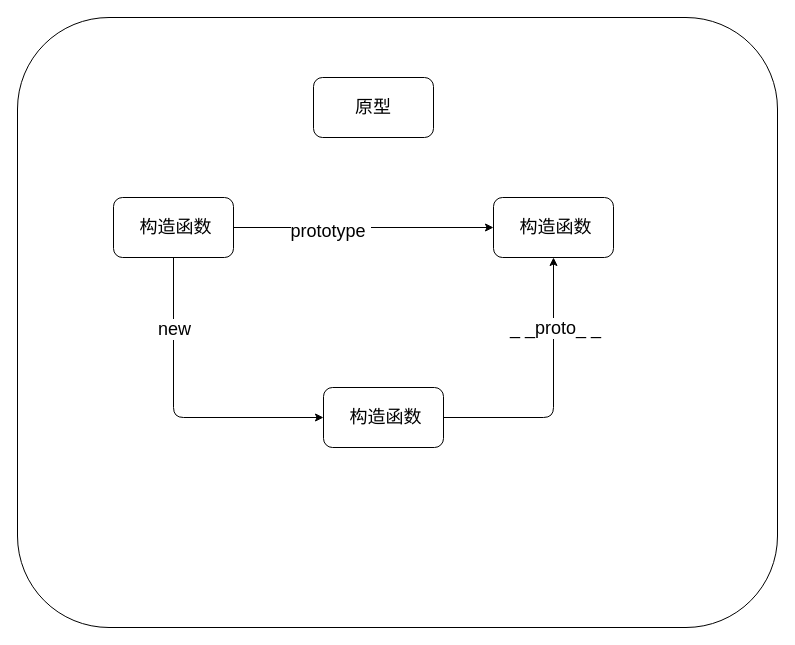
Earlier version of the draw.io diagram 02 JS/1 base/day3/prototype.dio (lbin-sama/web-review). Source tidied: cells renumbered, new cells numbered last; positions are measured from the earlier drawing's top-left corner, leaving out a move shared by most shapes. Both pictures are drawn from the tidied source at 100%, with x=0, y=0 at pixel (17, 17).
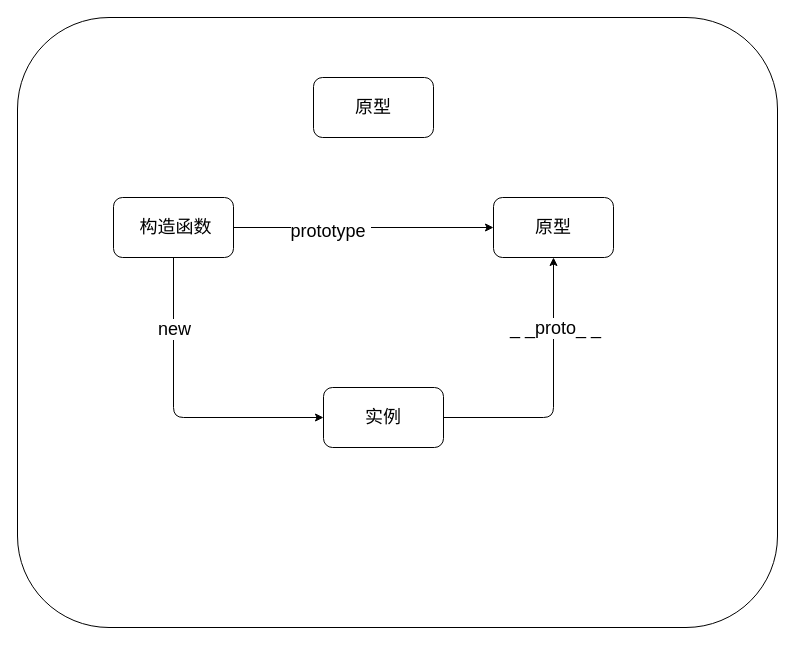
The same page after the edit.

Diff of the diagram source:
```diff
@@
 <mxGraphModel>
   <root>
     <mxCell id="0" />
     <mxCell id="1" parent="0" />
     <mxCell id="2" style="rounded=1;whiteSpace=wrap;html=1;" parent="1" vertex="1">
       <mxGeometry width="760" height="610" as="geometry" />
     </mxCell>
     <mxCell id="3" style="edgeStyle=none;html=1;exitX=1;exitY=0.5;exitDx=0;exitDy=0;entryX=0;entryY=0.5;entryDx=0;entryDy=0;fontSize=18;" parent="1" edge="1" source="7" target="11">
       <mxGeometry relative="1" as="geometry" />
     </mxCell>
     <mxCell id="4" value="prototype&lt;span style=&quot;white-space: pre;&quot;&gt;&#9;&lt;/span&gt;" style="edgeLabel;html=1;align=center;verticalAlign=middle;fontSize=18;" parent="3" vertex="1">
       <mxGeometry x="-0.26" y="-3" relative="1" as="geometry" />
     </mxCell>
     <mxCell id="5" style="edgeStyle=orthogonalEdgeStyle;html=1;exitX=0.5;exitY=1;exitDx=0;exitDy=0;entryX=0;entryY=0.5;entryDx=0;entryDy=0;fontSize=18;" parent="1" edge="1" source="7" target="10">
       <mxGeometry relative="1" as="geometry" />
     </mxCell>
     <mxCell id="6" value="new" style="edgeLabel;html=1;align=center;verticalAlign=middle;fontSize=18;" parent="5" vertex="1">
       <mxGeometry x="-0.28" y="1" relative="1" as="geometry">
         <mxPoint x="-1" y="-41" as="offset" />
       </mxGeometry>
     </mxCell>
     <mxCell id="7" value="&lt;font style=&quot;font-size: 18px;&quot;&gt;&amp;nbsp;构造函数&lt;/font&gt;" style="rounded=1;whiteSpace=wrap;html=1;" parent="1" vertex="1">
       <mxGeometry x="96" y="180" width="120" height="60" as="geometry" />
     </mxCell>
     <mxCell id="8" style="edgeStyle=orthogonalEdgeStyle;html=1;exitX=1;exitY=0.5;exitDx=0;exitDy=0;fontSize=18;" parent="1" edge="1" source="10" target="11">
       <mxGeometry relative="1" as="geometry" />
     </mxCell>
     <mxCell id="9" value="_ _proto_&lt;span style=&quot;&quot;&gt;&#9;&lt;/span&gt;_" style="edgeLabel;html=1;align=center;verticalAlign=middle;fontSize=18;" parent="8" vertex="1">
       <mxGeometry x="0.26" y="-1" relative="1" as="geometry">
         <mxPoint y="-30" as="offset" />
       </mxGeometry>
     </mxCell>
-    <mxCell id="10" value="&lt;font style=&quot;font-size: 18px;&quot;&gt;&amp;nbsp;构造函数&lt;/font&gt;" style="rounded=1;whiteSpace=wrap;html=1;" parent="1" vertex="1">
+    <mxCell id="10" value="&lt;font style=&quot;font-size: 18px;&quot;&gt;实例&lt;/font&gt;" style="rounded=1;whiteSpace=wrap;html=1;" parent="1" vertex="1">
       <mxGeometry x="306" y="370" width="120" height="60" as="geometry" />
     </mxCell>
-    <mxCell id="11" value="&lt;font style=&quot;font-size: 18px;&quot;&gt;&amp;nbsp;构造函数&lt;/font&gt;" style="rounded=1;whiteSpace=wrap;html=1;" parent="1" vertex="1">
+    <mxCell id="11" value="&lt;font style=&quot;font-size: 18px;&quot;&gt;原型&lt;/font&gt;" style="rounded=1;whiteSpace=wrap;html=1;" parent="1" vertex="1">
       <mxGeometry x="476" y="180" width="120" height="60" as="geometry" />
     </mxCell>
     <mxCell id="12" value="原型" style="rounded=1;whiteSpace=wrap;html=1;fontSize=18;gradientColor=none;" parent="1" vertex="1">
       <mxGeometry x="296" y="60" width="120" height="60" as="geometry" />
     </mxCell>
   </root>
 </mxGraphModel>
```
